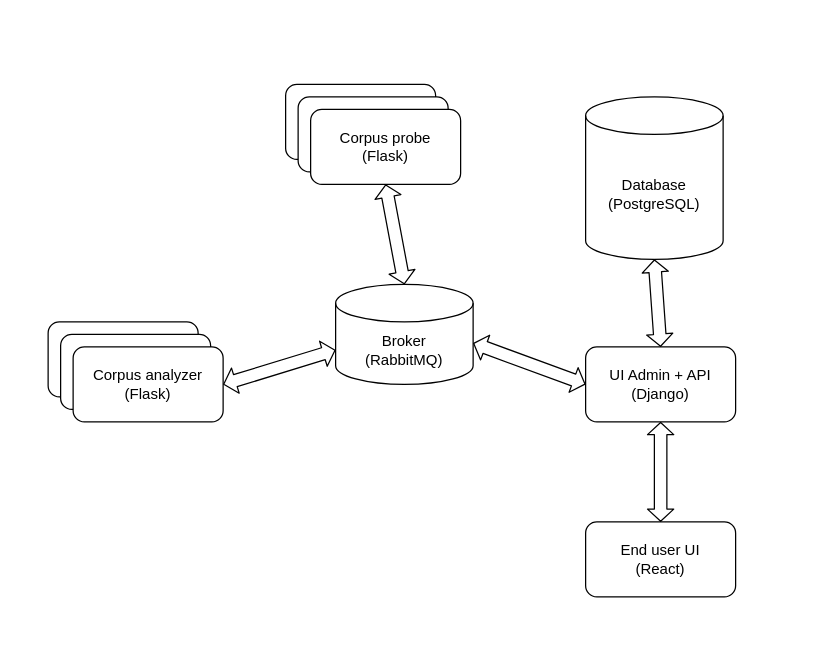
Above: docs/architecture.drawio in gfoo/covary (draw.io), before the change. Source tidied: cells renumbered, new cells numbered last; positions are measured from the earlier drawing's top-left corner, leaving out a move shared by most shapes. Both pictures are drawn from the tidied source at 125%, with x=0, y=0 at pixel (48, 84).
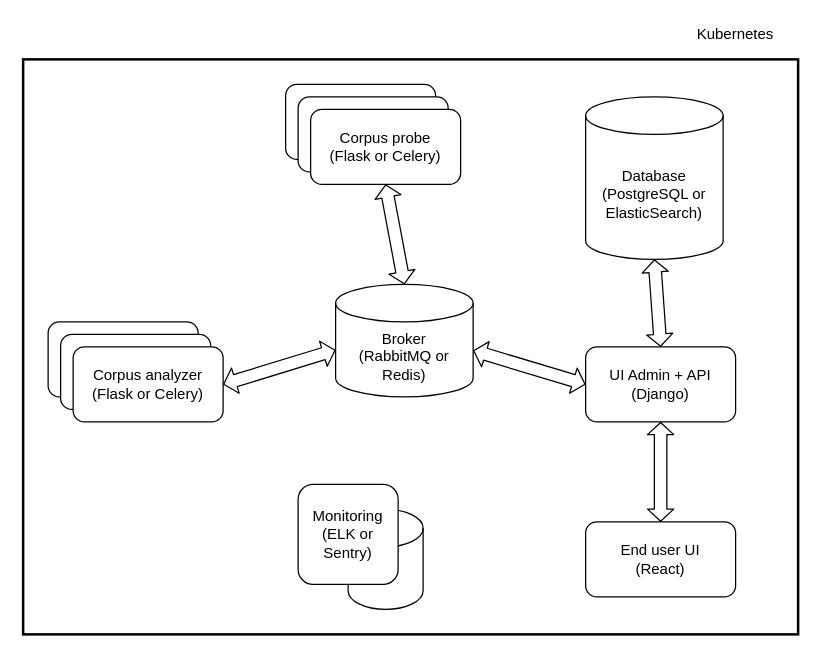
The same diagram, later.

Commit message:
Deploy consideration

What changed in the source:
```diff
@@
+    <mxCell id="17" style="rounded=0;whiteSpace=wrap;html=1;strokeWidth=2;fillColor=none;" parent="1" vertex="1">
+      <mxGeometry x="-20" y="-20" width="620" height="460" as="geometry" />
+    </mxCell>
-    <mxCell id="2" value="&lt;div&gt;Database&lt;/div&gt;&lt;div&gt;(PostgreSQL)&lt;br&gt;&lt;/div&gt;" style="shape=cylinder3;whiteSpace=wrap;html=1;boundedLbl=1;backgroundOutline=1;size=15;" parent="1" vertex="1">
+    <mxCell id="2" value="&lt;div&gt;Database&lt;/div&gt;&lt;div&gt;(PostgreSQL or ElasticSearch)&lt;br&gt;&lt;/div&gt;" style="shape=cylinder3;whiteSpace=wrap;html=1;boundedLbl=1;backgroundOutline=1;size=15;" parent="1" vertex="1">
       <mxGeometry x="430" y="10" width="110" height="130" as="geometry" />
     </mxCell>
@@
-    <mxCell id="4" value="Broker&lt;br&gt;&lt;div&gt;(RabbitMQ)&lt;/div&gt;" style="shape=cylinder3;whiteSpace=wrap;html=1;boundedLbl=1;backgroundOutline=1;size=15;" parent="1" vertex="1">
-      <mxGeometry x="230" y="160" width="110" height="80" as="geometry" />
+    <mxCell id="4" value="Broker&lt;br&gt;&lt;div&gt;(RabbitMQ or Redis)&lt;/div&gt;" style="shape=cylinder3;whiteSpace=wrap;html=1;boundedLbl=1;backgroundOutline=1;size=15;" parent="1" vertex="1">
+      <mxGeometry x="230" y="160" width="110" height="90" as="geometry" />
     </mxCell>
@@
-    <mxCell id="7" value="&lt;div&gt;Corpus probe&lt;/div&gt;&lt;div&gt;(Flask)&lt;br&gt;&lt;/div&gt;" style="rounded=1;whiteSpace=wrap;html=1;" parent="1" vertex="1">
+    <mxCell id="7" value="&lt;div&gt;Corpus probe&lt;/div&gt;&lt;div&gt;(Flask or Celery)&lt;br&gt;&lt;/div&gt;" style="rounded=1;whiteSpace=wrap;html=1;" parent="1" vertex="1">
       <mxGeometry x="210" y="20" width="120" height="60" as="geometry" />
     </mxCell>
@@
-    <mxCell id="10" value="&lt;div&gt;Corpus analyzer&lt;br&gt;&lt;/div&gt;&lt;div&gt;(Flask)&lt;br&gt;&lt;/div&gt;" style="rounded=1;whiteSpace=wrap;html=1;" parent="1" vertex="1">
+    <mxCell id="10" value="&lt;div&gt;Corpus analyzer&lt;br&gt;&lt;/div&gt;&lt;div&gt;(Flask or Celery)&lt;br&gt;&lt;/div&gt;" style="rounded=1;whiteSpace=wrap;html=1;" parent="1" vertex="1">
       <mxGeometry x="20" y="210" width="120" height="60" as="geometry" />
     </mxCell>
@@
+    <mxCell id="18" style="shape=cylinder3;whiteSpace=wrap;html=1;boundedLbl=1;backgroundOutline=1;size=15;" parent="1" vertex="1">
+      <mxGeometry x="240" y="340" width="60" height="80" as="geometry" />
+    </mxCell>
+    <mxCell id="19" value="&lt;div&gt;Monitoring (ELK or Sentry)&lt;br&gt;&lt;/div&gt;" style="rounded=1;whiteSpace=wrap;html=1;" parent="1" vertex="1">
+      <mxGeometry x="200" y="320" width="80" height="80" as="geometry" />
+    </mxCell>
+    <mxCell id="20" value="Kubernetes" style="text;html=1;strokeColor=none;fillColor=none;align=center;verticalAlign=middle;whiteSpace=wrap;rounded=0;" parent="1" vertex="1">
+      <mxGeometry x="530" y="-50" width="40" height="20" as="geometry" />
+    </mxCell>
```
